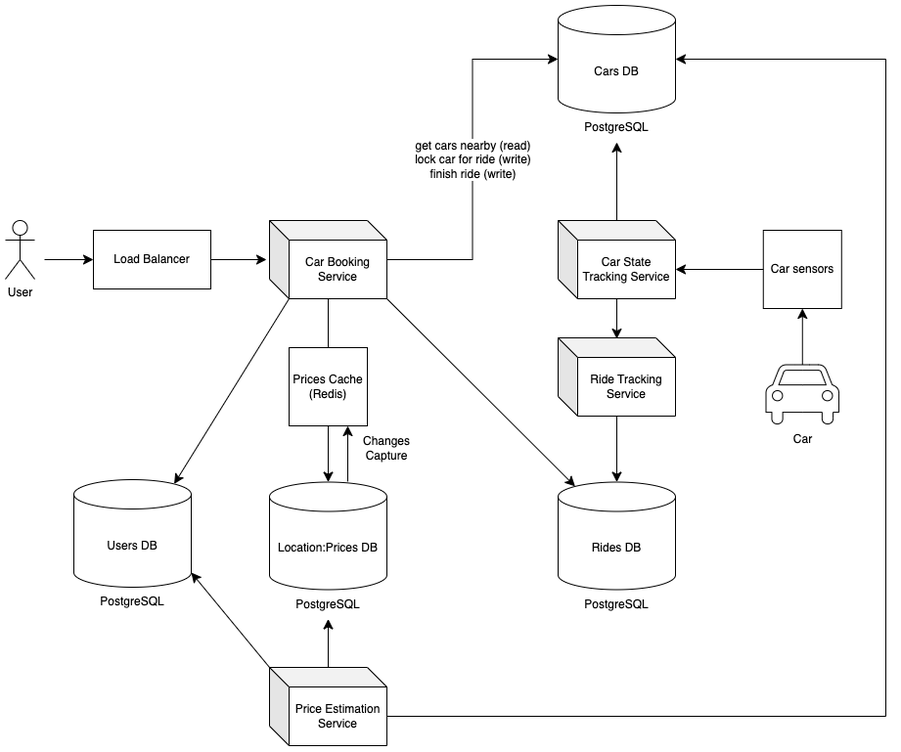
The draw.io diagram sixt/assets/sixt.drawio.png in artem-istranin/system-design-sandbox, before a commit. Source tidied: cells renumbered, new cells last; positions are measured from the earlier drawing's top-left corner, leaving out a move shared by most shapes.
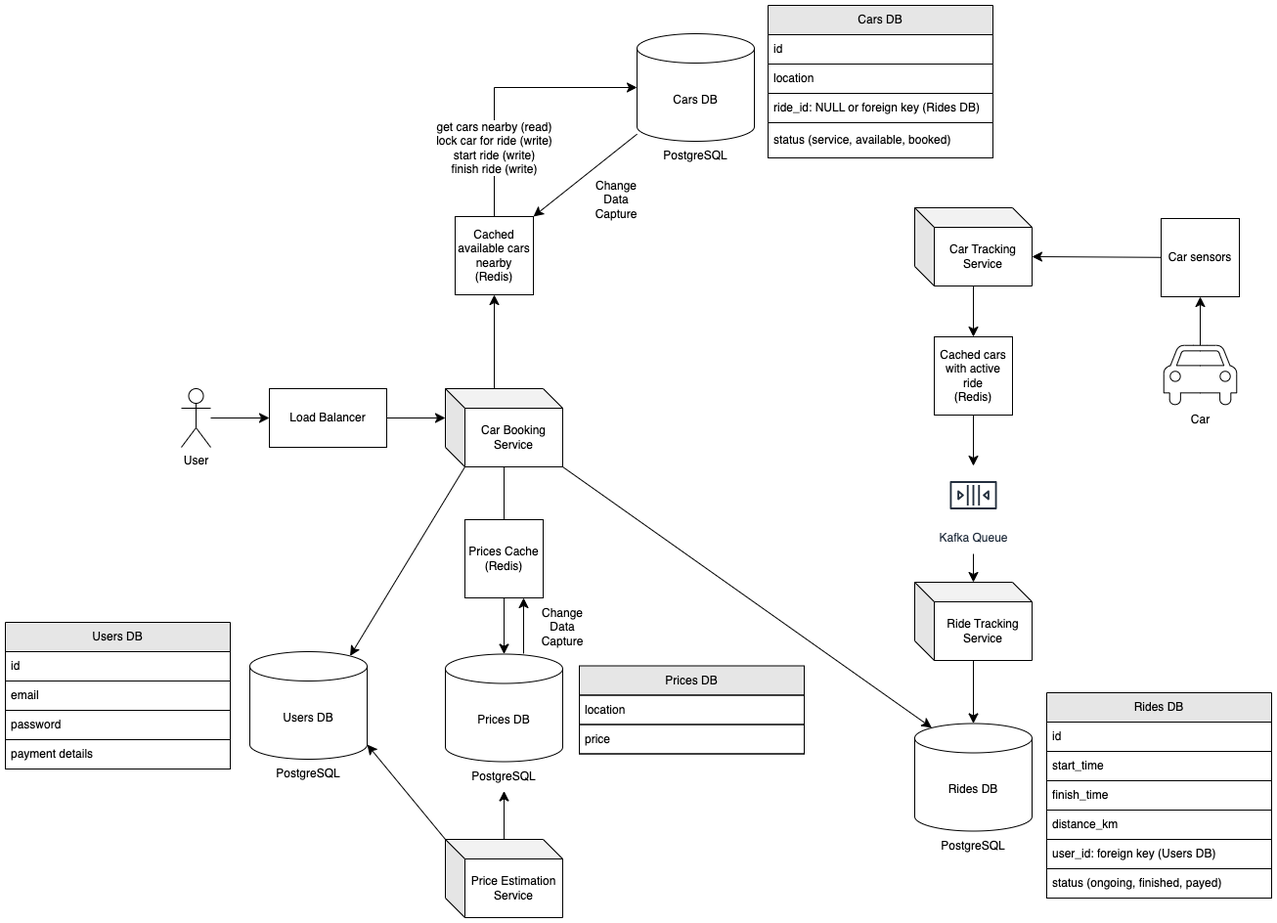
After the commit.

Diff of the diagram source:
```diff
@@ -4,9 +4,7 @@
     <mxCell id="1" parent="0" />
-    <mxCell id="2" style="edgeStyle=none;curved=1;rounded=0;jettySize=auto;html=1;entryX=0;entryY=0.5;entryDx=0;entryDy=0;fontSize=12;startSize=8;endSize=8;" parent="1" edge="1" target="10">
-      <mxGeometry relative="1" as="geometry">
-        <mxPoint x="40" y="260" as="sourcePoint" />
-      </mxGeometry>
-    </mxCell>
+    <mxCell id="39" style="edgeStyle=none;curved=1;rounded=0;jettySize=auto;html=1;entryX=0;entryY=0.5;entryDx=0;entryDy=0;fontSize=12;startSize=8;endSize=8;" parent="1" edge="1" source="3" target="10">
+      <mxGeometry relative="1" as="geometry" />
+    </mxCell>
     <mxCell id="3" value="User" style="shape=umlActor;verticalLabelPosition=bottom;verticalAlign=top;html=1;outlineConnect=0;" parent="1" vertex="1">
-      <mxGeometry y="220" width="30" height="60" as="geometry" />
+      <mxGeometry y="216" width="30" height="60" as="geometry" />
     </mxCell>
@@ -16,29 +14,26 @@
     <mxCell id="5" value="Car" style="shape=mxgraph.signs.transportation.car_4;html=1;fillColor=#FFFFFF;strokeColor=#000000;verticalLabelPosition=bottom;verticalAlign=top;align=center;" parent="1" vertex="1">
-      <mxGeometry x="777.5" y="367.5" width="74.5" height="62.5" as="geometry" />
+      <mxGeometry x="1004.7" y="171.8" width="74.5" height="62.5" as="geometry" />
     </mxCell>
     <mxCell id="6" value="Car sensors" style="whiteSpace=wrap;html=1;" parent="1" vertex="1">
-      <mxGeometry x="774.8" y="230" width="80" height="80" as="geometry" />
+      <mxGeometry x="1002" y="42" width="80" height="80" as="geometry" />
     </mxCell>
-    <mxCell id="7" value="Car State Tracking Service" style="shape=cube;whiteSpace=wrap;html=1;boundedLbl=1;backgroundOutline=1;darkOpacity=0.05;darkOpacity2=0.1;" parent="1" vertex="1">
-      <mxGeometry x="565" y="220" width="120" height="80" as="geometry" />
-    </mxCell>
-    <mxCell id="8" style="edgeStyle=none;curved=1;rounded=0;jettySize=auto;html=1;entryX=0;entryY=0;entryDx=120;entryDy=50;entryPerimeter=0;fontSize=12;startSize=8;endSize=8;" parent="1" edge="1" source="6" target="7">
-      <mxGeometry relative="1" as="geometry" />
-    </mxCell>
-    <mxCell id="9" style="edgeStyle=none;curved=1;rounded=0;jettySize=auto;html=1;fontSize=12;startSize=8;endSize=8;entryX=0.5;entryY=1;entryDx=0;entryDy=0;" parent="1" edge="1" source="7" target="23">
-      <mxGeometry relative="1" as="geometry" />
-    </mxCell>
+    <mxCell id="40" value="Car Tracking Service" style="shape=cube;whiteSpace=wrap;html=1;boundedLbl=1;backgroundOutline=1;darkOpacity=0.05;darkOpacity2=0.1;" parent="1" vertex="1">
+      <mxGeometry x="750" y="31" width="120" height="80" as="geometry" />
+    </mxCell>
+    <mxCell id="41" style="edgeStyle=none;curved=1;rounded=0;jettySize=auto;html=1;fontSize=12;startSize=8;endSize=8;entryX=0;entryY=0;entryDx=120;entryDy=50;entryPerimeter=0;" parent="1" edge="1" source="6" target="40">
+      <mxGeometry relative="1" as="geometry" />
+    </mxCell>
     <mxCell id="10" value="Load Balancer" style="rounded=0;whiteSpace=wrap;html=1;" parent="1" vertex="1">
-      <mxGeometry x="90" y="230" width="120" height="60" as="geometry" />
+      <mxGeometry x="90" y="216" width="120" height="60" as="geometry" />
     </mxCell>
-    <mxCell id="11" style="edgeStyle=none;curved=1;rounded=0;jettySize=auto;html=1;fontSize=12;startSize=8;endSize=8;" parent="1" edge="1" source="12" target="17">
-      <mxGeometry relative="1" as="geometry" />
-    </mxCell>
+    <mxCell id="42" style="edgeStyle=none;curved=1;rounded=0;jettySize=auto;html=1;fontSize=12;startSize=8;endSize=8;" parent="1" edge="1" source="12" target="44">
+      <mxGeometry relative="1" as="geometry" />
+    </mxCell>
     <mxCell id="12" value="Car Booking Service" style="shape=cube;whiteSpace=wrap;html=1;boundedLbl=1;backgroundOutline=1;darkOpacity=0.05;darkOpacity2=0.1;" parent="1" vertex="1">
-      <mxGeometry x="270" y="220" width="120" height="80" as="geometry" />
+      <mxGeometry x="270" y="216" width="120" height="80" as="geometry" />
     </mxCell>
-    <mxCell id="13" value="&lt;div&gt;get cars nearby (read)&lt;/div&gt;lock car for ride (write)&lt;div&gt;finish ride (write)&lt;/div&gt;" style="edgeStyle=orthogonalEdgeStyle;rounded=0;jettySize=auto;html=1;entryX=0;entryY=0.5;entryDx=0;entryDy=0;entryPerimeter=0;fontSize=12;startSize=8;endSize=8;startArrow=none;startFill=0;" parent="1" edge="1" source="12" target="22">
-      <mxGeometry relative="1" as="geometry" />
-    </mxCell>
+    <mxCell id="43" value="&lt;div&gt;get cars nearby (read)&lt;/div&gt;lock car for ride (write)&lt;div&gt;start ride (write)&lt;br&gt;&lt;div&gt;finish ride (write)&lt;/div&gt;&lt;/div&gt;" style="edgeStyle=orthogonalEdgeStyle;rounded=0;jettySize=auto;html=1;entryX=0;entryY=0.5;entryDx=0;entryDy=0;entryPerimeter=0;fontSize=12;startSize=8;endSize=8;startArrow=none;startFill=0;exitX=0.5;exitY=0;exitDx=0;exitDy=0;" parent="1" edge="1" source="56" target="22">
+      <mxGeometry x="-0.5" relative="1" as="geometry" />
+    </mxCell>
-    <mxCell id="14" style="edgeStyle=none;curved=1;rounded=0;jettySize=auto;html=1;fontSize=12;startSize=8;endSize=8;entryX=-0.025;entryY=0.5;entryDx=0;entryDy=0;entryPerimeter=0;" parent="1" edge="1" source="10" target="12">
+    <mxCell id="14" style="edgeStyle=none;curved=1;rounded=0;jettySize=auto;html=1;fontSize=12;startSize=8;endSize=8;entryX=0;entryY=0;entryDx=0;entryDy=30;entryPerimeter=0;exitX=1;exitY=0.5;exitDx=0;exitDy=0;" parent="1" edge="1" source="10" target="12">
       <mxGeometry relative="1" as="geometry" />
@@ -51,5 +46,5 @@
     </mxCell>
-    <mxCell id="17" value="Location:Prices DB" style="shape=cylinder3;whiteSpace=wrap;html=1;boundedLbl=1;backgroundOutline=1;size=15;" parent="1" vertex="1">
-      <mxGeometry x="270" y="487.5" width="120" height="110" as="geometry" />
-    </mxCell>
+    <mxCell id="44" value="Prices DB" style="shape=cylinder3;whiteSpace=wrap;html=1;boundedLbl=1;backgroundOutline=1;size=15;" parent="1" vertex="1">
+      <mxGeometry x="270" y="487.5" width="120" height="110" as="geometry" />
+    </mxCell>
     <mxCell id="18" value="Prices Cache&lt;div&gt;(Redis)&lt;/div&gt;" style="whiteSpace=wrap;html=1;" parent="1" vertex="1">
@@ -57,19 +52,19 @@
     </mxCell>
-    <mxCell id="19" style="endArrow=classic;html=1;rounded=0;fontSize=12;startSize=8;endSize=8;curved=1;entryX=0.75;entryY=1;entryDx=0;entryDy=0;" parent="1" edge="1" target="18">
-      <mxGeometry relative="1" as="geometry">
-        <mxPoint x="350" y="487" as="sourcePoint" />
-      </mxGeometry>
-    </mxCell>
-    <mxCell id="20" value="Changes Capture" style="text;html=1;align=center;verticalAlign=middle;whiteSpace=wrap;rounded=0;" parent="1" vertex="1">
-      <mxGeometry x="360" y="437.5" width="60" height="30" as="geometry" />
-    </mxCell>
-    <mxCell id="21" style="group;" parent="1" vertex="1">
-      <mxGeometry x="565" width="120" height="140" as="geometry" />
-    </mxCell>
+    <mxCell id="45" style="endArrow=classic;html=1;rounded=0;fontSize=12;startSize=8;endSize=8;curved=1;entryX=0.75;entryY=1;entryDx=0;entryDy=0;" parent="1" edge="1" target="18">
+      <mxGeometry relative="1" as="geometry">
+        <mxPoint x="350" y="487" as="sourcePoint" />
+      </mxGeometry>
+    </mxCell>
+    <mxCell id="46" value="Change&lt;div&gt;Data&lt;/div&gt;&lt;div&gt;Capture&lt;/div&gt;" style="text;html=1;align=center;verticalAlign=middle;whiteSpace=wrap;rounded=0;" parent="1" vertex="1">
+      <mxGeometry x="360" y="440" width="60" height="40" as="geometry" />
+    </mxCell>
+    <mxCell id="47" style="group;" parent="1" vertex="1">
+      <mxGeometry x="466" y="-147" width="120" height="140" as="geometry" />
+    </mxCell>
-    <mxCell id="22" value="Cars DB" style="shape=cylinder3;whiteSpace=wrap;html=1;boundedLbl=1;backgroundOutline=1;size=15;" parent="21" vertex="1">
+    <mxCell id="22" value="Cars DB" style="shape=cylinder3;whiteSpace=wrap;html=1;boundedLbl=1;backgroundOutline=1;size=15;" parent="47" vertex="1">
       <mxGeometry width="120" height="110" as="geometry" />
     </mxCell>
-    <mxCell id="23" value="PostgreSQL" style="text;html=1;align=center;verticalAlign=middle;whiteSpace=wrap;rounded=0;" parent="21" vertex="1">
-      <mxGeometry x="30" y="110" width="60" height="30" as="geometry" />
-    </mxCell>
+    <mxCell id="48" value="PostgreSQL" style="text;html=1;align=center;verticalAlign=middle;whiteSpace=wrap;rounded=0;" parent="47" vertex="1">
+      <mxGeometry x="30" y="110" width="60" height="30" as="geometry" />
+    </mxCell>
     <mxCell id="24" style="edgeStyle=none;curved=1;rounded=0;jettySize=auto;html=1;fontSize=12;startSize=8;endSize=8;entryX=0;entryY=0;entryDx=0;entryDy=0;entryPerimeter=0;exitX=1;exitY=1;exitDx=0;exitDy=-15;exitPerimeter=0;startArrow=classic;startFill=1;endArrow=none;" parent="1" edge="1" source="27" target="16">
@@ -86,11 +81,11 @@
     </mxCell>
-    <mxCell id="28" value="PostgreSQL" style="text;html=1;align=center;verticalAlign=middle;whiteSpace=wrap;rounded=0;" parent="26" vertex="1">
-      <mxGeometry x="30" y="110" width="60" height="30" as="geometry" />
-    </mxCell>
+    <mxCell id="49" value="PostgreSQL" style="text;html=1;align=center;verticalAlign=middle;whiteSpace=wrap;rounded=0;" parent="26" vertex="1">
+      <mxGeometry x="30" y="110" width="60" height="30" as="geometry" />
+    </mxCell>
     <mxCell id="29" value="Ride Tracking Service" style="shape=cube;whiteSpace=wrap;html=1;boundedLbl=1;backgroundOutline=1;darkOpacity=0.05;darkOpacity2=0.1;" parent="1" vertex="1">
-      <mxGeometry x="565" y="340" width="120" height="80" as="geometry" />
+      <mxGeometry x="750" y="414" width="120" height="80" as="geometry" />
     </mxCell>
-    <mxCell id="30" style="edgeStyle=none;curved=1;rounded=0;jettySize=auto;html=1;entryX=0.5;entryY=0.013;entryDx=0;entryDy=0;entryPerimeter=0;fontSize=12;startSize=8;endSize=8;" parent="1" edge="1" source="7" target="29">
-      <mxGeometry relative="1" as="geometry" />
-    </mxCell>
+    <mxCell id="50" style="edgeStyle=none;curved=1;rounded=0;jettySize=auto;html=1;fontSize=12;startSize=8;endSize=8;" parent="1" edge="1" source="78" target="54">
+      <mxGeometry relative="1" as="geometry" />
+    </mxCell>
     <mxCell id="31" style="edgeStyle=none;curved=1;rounded=0;jettySize=auto;html=1;entryX=0.5;entryY=0;entryDx=0;entryDy=0;entryPerimeter=0;fontSize=12;startSize=8;endSize=8;" parent="1" edge="1" source="29" target="37">
@@ -107,19 +102,99 @@
     </mxCell>
-    <mxCell id="35" style="edgeStyle=orthogonalEdgeStyle;rounded=0;jettySize=auto;html=1;entryX=0;entryY=0;entryDx=120;entryDy=50;entryPerimeter=0;fontSize=12;startSize=8;endSize=8;endArrow=none;startFill=1;startArrow=classic;" parent="1" edge="1" source="22" target="16">
-      <mxGeometry relative="1" as="geometry">
-        <Array as="points">
-          <mxPoint x="900" y="55" />
-          <mxPoint x="900" y="727" />
-        </Array>
-      </mxGeometry>
-    </mxCell>
-    <mxCell id="36" style="group;" parent="1" vertex="1">
-      <mxGeometry x="565" y="487.5" width="120" height="140" as="geometry" />
-    </mxCell>
+    <mxCell id="51" style="group;" parent="1" vertex="1">
+      <mxGeometry x="750" y="558.5" width="120" height="140" as="geometry" />
+    </mxCell>
-    <mxCell id="37" value="Rides DB" style="shape=cylinder3;whiteSpace=wrap;html=1;boundedLbl=1;backgroundOutline=1;size=15;" parent="36" vertex="1">
+    <mxCell id="37" value="Rides DB" style="shape=cylinder3;whiteSpace=wrap;html=1;boundedLbl=1;backgroundOutline=1;size=15;" parent="51" vertex="1">
       <mxGeometry width="120" height="110" as="geometry" />
     </mxCell>
-    <mxCell id="38" value="PostgreSQL" style="text;html=1;align=center;verticalAlign=middle;whiteSpace=wrap;rounded=0;" parent="36" vertex="1">
-      <mxGeometry x="30" y="110" width="60" height="30" as="geometry" />
-    </mxCell>
+    <mxCell id="52" value="PostgreSQL" style="text;html=1;align=center;verticalAlign=middle;whiteSpace=wrap;rounded=0;" parent="51" vertex="1">
+      <mxGeometry x="30" y="110" width="60" height="30" as="geometry" />
+    </mxCell>
+    <mxCell id="53" style="edgeStyle=none;curved=1;rounded=0;jettySize=auto;html=1;fontSize=12;startSize=8;endSize=8;" parent="1" edge="1" target="29">
+      <mxGeometry relative="1" as="geometry">
+        <mxPoint x="810" y="385" as="sourcePoint" />
+      </mxGeometry>
+    </mxCell>
+    <mxCell id="54" value="Kafka Queue" style="sketch=0;outlineConnect=0;fontColor=#232F3E;gradientColor=none;strokeColor=#232F3E;fillColor=#ffffff;dashed=0;verticalLabelPosition=bottom;verticalAlign=top;align=center;html=1;fontSize=12;fontStyle=0;shape=mxgraph.aws4.resourceIcon;resIcon=mxgraph.aws4.queue;" parent="1" vertex="1">
+      <mxGeometry x="780" y="295" width="60" height="60" as="geometry" />
+    </mxCell>
+    <mxCell id="55" style="edgeStyle=orthogonalEdgeStyle;rounded=0;jettySize=auto;html=1;entryX=0.5;entryY=1;entryDx=0;entryDy=0;fontSize=12;startSize=8;endSize=8;startArrow=none;startFill=0;exitX=0;exitY=0;exitDx=50;exitDy=0;exitPerimeter=0;" parent="1" edge="1" source="12" target="56">
+      <mxGeometry x="-0.33" relative="1" as="geometry">
+        <mxPoint y="1" as="offset" />
+      </mxGeometry>
+    </mxCell>
+    <mxCell id="56" value="Cached available cars nearby&lt;div&gt;(Redis)&lt;/div&gt;" style="whiteSpace=wrap;html=1;" parent="1" vertex="1">
+      <mxGeometry x="280" y="40" width="80" height="80" as="geometry" />
+    </mxCell>
+    <mxCell id="57" value="Cars DB" style="swimlane;fontStyle=0;horizontal=1;startSize=30;whiteSpace=wrap;html=1;direction=east;separatorColor=#000000;glass=0;fillColor=#E6E6E6;swimlaneFillColor=default;strokeWidth=1;perimeterSpacing=0;noLabel=0;" parent="1" vertex="1">
+      <mxGeometry x="600" y="-176" width="230" height="156" as="geometry" />
+    </mxCell>
+    <mxCell id="58" value="id" style="text;strokeColor=default;fillColor=none;align=left;verticalAlign=middle;spacingLeft=4;spacingRight=4;overflow=hidden;whiteSpace=wrap;html=1;" parent="57" vertex="1">
+      <mxGeometry y="30" width="230" height="30" as="geometry" />
+    </mxCell>
+    <mxCell id="59" value="location" style="text;strokeColor=default;fillColor=none;align=left;verticalAlign=middle;spacingLeft=4;spacingRight=4;overflow=hidden;whiteSpace=wrap;html=1;glass=0;" parent="57" vertex="1">
+      <mxGeometry y="60" width="230" height="30" as="geometry" />
+    </mxCell>
+    <mxCell id="60" value="ride_id: NULL or foreign key (Rides DB)" style="text;strokeColor=none;fillColor=none;align=left;verticalAlign=middle;spacingLeft=4;spacingRight=4;overflow=hidden;whiteSpace=wrap;html=1;glass=0;" parent="57" vertex="1">
+      <mxGeometry y="90" width="230" height="30" as="geometry" />
+    </mxCell>
+    <mxCell id="61" value="status (service, available, booked)" style="text;strokeColor=default;fillColor=none;align=left;verticalAlign=middle;spacingLeft=4;spacingRight=4;overflow=hidden;whiteSpace=wrap;html=1;glass=0;" parent="57" vertex="1">
+      <mxGeometry y="120" width="230" height="36" as="geometry" />
+    </mxCell>
+    <mxCell id="62" value="Rides DB" style="swimlane;fontStyle=0;horizontal=1;startSize=30;whiteSpace=wrap;html=1;direction=east;separatorColor=#000000;glass=0;fillColor=#E6E6E6;swimlaneFillColor=default;strokeWidth=1;perimeterSpacing=0;noLabel=0;" parent="1" vertex="1">
+      <mxGeometry x="885" y="527" width="230" height="210" as="geometry" />
+    </mxCell>
+    <mxCell id="63" value="id" style="text;strokeColor=default;fillColor=none;align=left;verticalAlign=middle;spacingLeft=4;spacingRight=4;overflow=hidden;whiteSpace=wrap;html=1;" parent="62" vertex="1">
+      <mxGeometry y="30" width="230" height="30" as="geometry" />
+    </mxCell>
+    <mxCell id="64" value="start_time" style="text;strokeColor=default;fillColor=none;align=left;verticalAlign=middle;spacingLeft=4;spacingRight=4;overflow=hidden;whiteSpace=wrap;html=1;glass=0;" parent="62" vertex="1">
+      <mxGeometry y="60" width="230" height="30" as="geometry" />
+    </mxCell>
+    <mxCell id="65" value="finish_time" style="text;strokeColor=none;fillColor=none;align=left;verticalAlign=middle;spacingLeft=4;spacingRight=4;overflow=hidden;whiteSpace=wrap;html=1;glass=0;" parent="62" vertex="1">
+      <mxGeometry y="90" width="230" height="30" as="geometry" />
+    </mxCell>
+    <mxCell id="66" value="distance_km" style="text;strokeColor=default;fillColor=none;align=left;verticalAlign=middle;spacingLeft=4;spacingRight=4;overflow=hidden;whiteSpace=wrap;html=1;glass=0;" parent="62" vertex="1">
+      <mxGeometry y="120" width="230" height="30" as="geometry" />
+    </mxCell>
+    <mxCell id="67" value="user_id: foreign key (Users DB)" style="text;strokeColor=none;fillColor=none;align=left;verticalAlign=middle;spacingLeft=4;spacingRight=4;overflow=hidden;whiteSpace=wrap;html=1;glass=0;" parent="62" vertex="1">
+      <mxGeometry y="150" width="230" height="30" as="geometry" />
+    </mxCell>
+    <mxCell id="68" value="status (ongoing, finished, payed)" style="text;strokeColor=default;fillColor=none;align=left;verticalAlign=middle;spacingLeft=4;spacingRight=4;overflow=hidden;whiteSpace=wrap;html=1;glass=0;" parent="62" vertex="1">
+      <mxGeometry y="180" width="230" height="30" as="geometry" />
+    </mxCell>
+    <mxCell id="69" value="Users DB" style="swimlane;fontStyle=0;horizontal=1;startSize=30;whiteSpace=wrap;html=1;direction=east;separatorColor=#000000;glass=0;fillColor=#E6E6E6;swimlaneFillColor=default;strokeWidth=1;perimeterSpacing=0;noLabel=0;" parent="1" vertex="1">
+      <mxGeometry x="-180" y="455" width="230" height="150" as="geometry" />
+    </mxCell>
+    <mxCell id="70" value="id" style="text;strokeColor=default;fillColor=none;align=left;verticalAlign=middle;spacingLeft=4;spacingRight=4;overflow=hidden;whiteSpace=wrap;html=1;" parent="69" vertex="1">
+      <mxGeometry y="30" width="230" height="30" as="geometry" />
+    </mxCell>
+    <mxCell id="71" value="email" style="text;strokeColor=default;fillColor=none;align=left;verticalAlign=middle;spacingLeft=4;spacingRight=4;overflow=hidden;whiteSpace=wrap;html=1;glass=0;" parent="69" vertex="1">
+      <mxGeometry y="60" width="230" height="30" as="geometry" />
+    </mxCell>
+    <mxCell id="72" value="password" style="text;strokeColor=none;fillColor=none;align=left;verticalAlign=middle;spacingLeft=4;spacingRight=4;overflow=hidden;whiteSpace=wrap;html=1;glass=0;" parent="69" vertex="1">
+      <mxGeometry y="90" width="230" height="30" as="geometry" />
+    </mxCell>
+    <mxCell id="73" value="payment details" style="text;strokeColor=default;fillColor=none;align=left;verticalAlign=middle;spacingLeft=4;spacingRight=4;overflow=hidden;whiteSpace=wrap;html=1;glass=0;" parent="69" vertex="1">
+      <mxGeometry y="120" width="230" height="30" as="geometry" />
+    </mxCell>
+    <mxCell id="74" value="Prices DB" style="swimlane;fontStyle=0;horizontal=1;startSize=30;whiteSpace=wrap;html=1;direction=east;separatorColor=#000000;glass=0;fillColor=#E6E6E6;swimlaneFillColor=default;strokeWidth=1;perimeterSpacing=0;noLabel=0;" parent="1" vertex="1">
+      <mxGeometry x="407" y="499.5" width="230" height="90" as="geometry" />
+    </mxCell>
+    <mxCell id="75" value="location" style="text;strokeColor=default;fillColor=none;align=left;verticalAlign=middle;spacingLeft=4;spacingRight=4;overflow=hidden;whiteSpace=wrap;html=1;" parent="74" vertex="1">
+      <mxGeometry y="30" width="230" height="30" as="geometry" />
+    </mxCell>
+    <mxCell id="76" value="price" style="text;strokeColor=default;fillColor=none;align=left;verticalAlign=middle;spacingLeft=4;spacingRight=4;overflow=hidden;whiteSpace=wrap;html=1;glass=0;" parent="74" vertex="1">
+      <mxGeometry y="60" width="230" height="30" as="geometry" />
+    </mxCell>
+    <mxCell id="77" style="edgeStyle=none;curved=1;rounded=0;jettySize=auto;html=1;fontSize=12;startSize=8;endSize=8;" parent="1" edge="1" source="40" target="78">
+      <mxGeometry relative="1" as="geometry" />
+    </mxCell>
+    <mxCell id="78" value="Cached cars with active ride&lt;div&gt;(Redis)&lt;/div&gt;" style="whiteSpace=wrap;html=1;" parent="1" vertex="1">
+      <mxGeometry x="770" y="163" width="80" height="80" as="geometry" />
+    </mxCell>
+    <mxCell id="79" value="Change&lt;div&gt;Data&lt;/div&gt;&lt;div&gt;Capture&lt;/div&gt;" style="text;html=1;align=center;verticalAlign=middle;whiteSpace=wrap;rounded=0;" parent="1" vertex="1">
+      <mxGeometry x="415" y="3" width="60" height="40" as="geometry" />
+    </mxCell>
+    <mxCell id="80" style="edgeStyle=none;curved=1;rounded=0;jettySize=auto;html=1;entryX=1;entryY=0;entryDx=0;entryDy=0;fontSize=12;startSize=8;endSize=8;" parent="1" edge="1" source="22" target="56">
+      <mxGeometry relative="1" as="geometry" />
+    </mxCell>
   </root>
```
